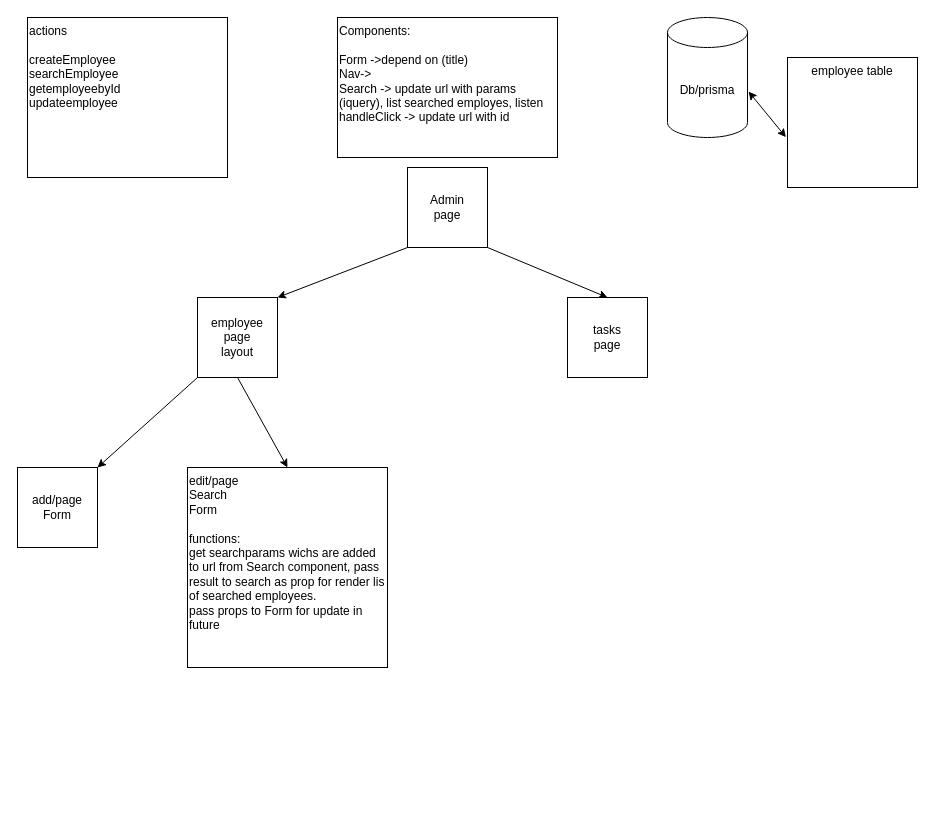
George-giorgi/tasksflow keeps this draw.io diagram as Untitled Diagram.drawio. Above is the earlier version. Source tidied: cells renumbered, new cells numbered last; positions are measured from the earlier drawing's top-left corner, leaving out a move shared by most shapes. Both pictures are drawn from the tidied source at 100%, with x=0, y=0 at pixel (17, 17).
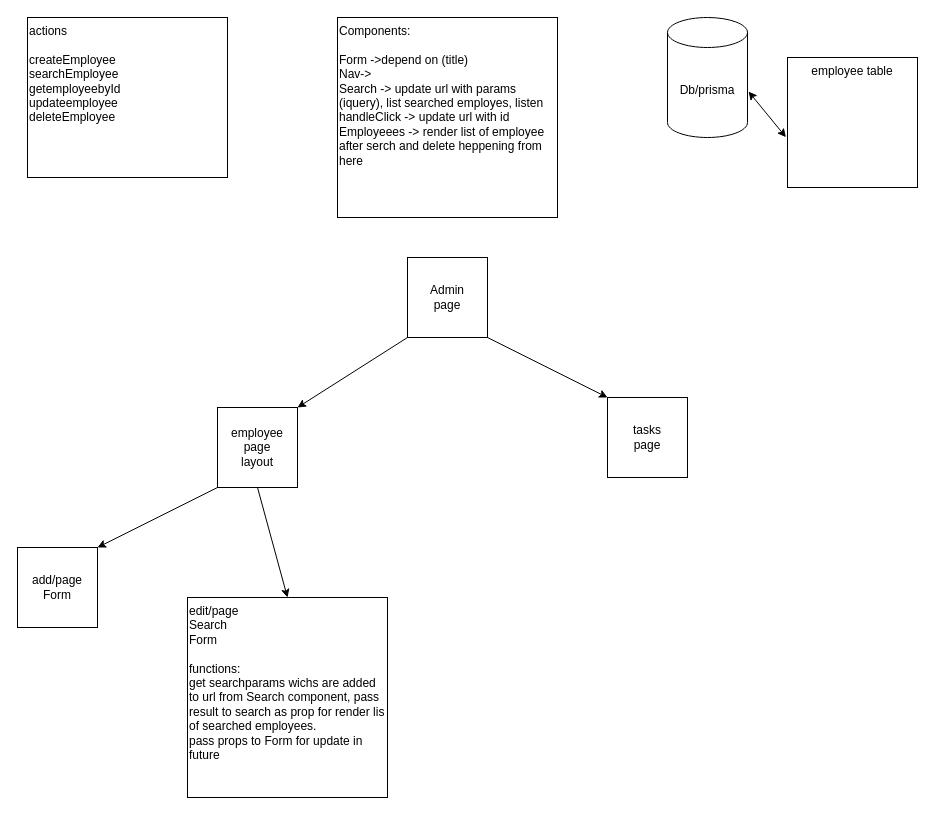
The same diagram, later.

What changed in the source:
```diff
@@
 <mxGraphModel>
   <root>
     <mxCell id="0" />
     <mxCell id="1" parent="0" />
     <mxCell id="2" value="Admin&lt;div&gt;page&lt;/div&gt;" style="whiteSpace=wrap;html=1;" parent="1" vertex="1">
-      <mxGeometry x="390" y="150" width="80" height="80" as="geometry" />
+      <mxGeometry x="390" y="240" width="80" height="80" as="geometry" />
     </mxCell>
-    <mxCell id="3" style="endArrow=classic;html=1;rounded=0;exitX=0;exitY=1;exitDx=0;exitDy=0;" parent="1" edge="1" source="2">
-      <mxGeometry relative="1" as="geometry">
-        <mxPoint x="260" y="280" as="targetPoint" />
-      </mxGeometry>
+    <mxCell id="3" style="endArrow=classic;html=1;rounded=0;exitX=0;exitY=1;exitDx=0;exitDy=0;entryX=1;entryY=0;entryDx=0;entryDy=0;" parent="1" edge="1" source="2" target="5">
+      <mxGeometry relative="1" as="geometry" />
     </mxCell>
-    <mxCell id="4" style="endArrow=classic;html=1;rounded=0;exitX=1;exitY=1;exitDx=0;exitDy=0;" parent="1" edge="1" source="2">
-      <mxGeometry relative="1" as="geometry">
-        <mxPoint x="590" y="280" as="targetPoint" />
-      </mxGeometry>
+    <mxCell id="4" style="endArrow=classic;html=1;rounded=0;exitX=1;exitY=1;exitDx=0;exitDy=0;entryX=0;entryY=0;entryDx=0;entryDy=0;" parent="1" edge="1" source="2" target="6">
+      <mxGeometry relative="1" as="geometry" />
     </mxCell>
     <mxCell id="5" value="employee&lt;div&gt;page&lt;/div&gt;&lt;div&gt;layout&lt;/div&gt;" style="whiteSpace=wrap;html=1;" parent="1" vertex="1">
-      <mxGeometry x="180" y="280" width="80" height="80" as="geometry" />
+      <mxGeometry x="200" y="390" width="80" height="80" as="geometry" />
     </mxCell>
     <mxCell id="6" value="tasks&lt;div&gt;page&lt;/div&gt;" style="whiteSpace=wrap;html=1;" parent="1" vertex="1">
-      <mxGeometry x="550" y="280" width="80" height="80" as="geometry" />
+      <mxGeometry x="590" y="380" width="80" height="80" as="geometry" />
     </mxCell>
-    <mxCell id="7" value="&lt;span style=&quot;background-color: light-dark(#ffffff, var(--ge-dark-color, #121212));&quot;&gt;Components:&lt;/span&gt;&lt;div&gt;&lt;br&gt;&lt;div&gt;Form -&amp;gt;depend on (title)&lt;/div&gt;&lt;/div&gt;&lt;div&gt;Nav-&amp;gt;&lt;/div&gt;&lt;div&gt;Search -&amp;gt; update url with params (iquery), list searched employes, listen handleClick -&amp;gt; update url with id&amp;nbsp;&lt;/div&gt;&lt;div&gt;&lt;br&gt;&lt;/div&gt;" style="rounded=0;whiteSpace=wrap;html=1;align=left;verticalAlign=top;" parent="1" vertex="1">
-      <mxGeometry x="320" width="220" height="140" as="geometry" />
+    <mxCell id="7" value="&lt;span style=&quot;background-color: light-dark(#ffffff, var(--ge-dark-color, #121212));&quot;&gt;Components:&lt;/span&gt;&lt;div&gt;&lt;br&gt;&lt;div&gt;Form -&amp;gt;depend on (title)&lt;/div&gt;&lt;/div&gt;&lt;div&gt;Nav-&amp;gt;&lt;/div&gt;&lt;div&gt;Search -&amp;gt; update url with params (iquery), list searched employes, listen handleClick -&amp;gt; update url with id&amp;nbsp;&lt;/div&gt;&lt;div&gt;Employeees -&amp;gt; render list of employee after serch and delete heppening from here&lt;/div&gt;&lt;div&gt;&lt;br&gt;&lt;/div&gt;" style="rounded=0;whiteSpace=wrap;html=1;align=left;verticalAlign=top;" parent="1" vertex="1">
+      <mxGeometry x="320" width="220" height="200" as="geometry" />
     </mxCell>
     <mxCell id="8" value="add/page&lt;div&gt;Form&lt;/div&gt;" style="whiteSpace=wrap;html=1;" parent="1" vertex="1">
-      <mxGeometry y="450" width="80" height="80" as="geometry" />
+      <mxGeometry y="530" width="80" height="80" as="geometry" />
     </mxCell>
     <mxCell id="9" value="edit/page&lt;div&gt;Search&lt;br&gt;&lt;div&gt;Form&lt;/div&gt;&lt;div&gt;&lt;br&gt;&lt;/div&gt;&lt;div&gt;functions:&lt;/div&gt;&lt;div&gt;get searchparams wichs are added to url from Search component, pass result to search as prop for render lis of searched employees.&lt;/div&gt;&lt;div&gt;pass props to Form for update in future&lt;/div&gt;&lt;/div&gt;" style="whiteSpace=wrap;html=1;verticalAlign=top;align=left;" parent="1" vertex="1">
-      <mxGeometry x="170" y="450" width="200" height="200" as="geometry" />
+      <mxGeometry x="170" y="580" width="200" height="200" as="geometry" />
     </mxCell>
     <mxCell id="10" style="endArrow=classic;html=1;rounded=0;exitX=0.5;exitY=1;exitDx=0;exitDy=0;entryX=0.5;entryY=0;entryDx=0;entryDy=0;" parent="1" edge="1" source="5" target="9">
       <mxGeometry relative="1" as="geometry" />
     </mxCell>
     <mxCell id="11" style="endArrow=classic;html=1;rounded=0;exitX=0;exitY=1;exitDx=0;exitDy=0;entryX=1;entryY=0;entryDx=0;entryDy=0;" parent="1" edge="1" source="5" target="8">
       <mxGeometry relative="1" as="geometry" />
     </mxCell>
     <mxCell id="12" value="Db/prisma" style="shape=cylinder3;whiteSpace=wrap;html=1;boundedLbl=1;backgroundOutline=1;size=15;" parent="1" vertex="1">
       <mxGeometry x="650" width="80" height="120" as="geometry" />
     </mxCell>
     <mxCell id="13" value="employee table&lt;div&gt;&lt;br&gt;&lt;/div&gt;&lt;div&gt;&lt;br&gt;&lt;/div&gt;" style="whiteSpace=wrap;html=1;verticalAlign=top;" parent="1" vertex="1">
       <mxGeometry x="770" y="40" width="130" height="130" as="geometry" />
     </mxCell>
     <mxCell id="14" style="endArrow=classic;startArrow=classic;html=1;rounded=0;entryX=1.013;entryY=0.617;entryDx=0;entryDy=0;entryPerimeter=0;exitX=-0.012;exitY=0.613;exitDx=0;exitDy=0;exitPerimeter=0;" parent="1" edge="1" source="13" target="12">
       <mxGeometry relative="1" as="geometry" />
     </mxCell>
-    <mxCell id="15" value="actions&lt;div&gt;&lt;br&gt;&lt;/div&gt;&lt;div&gt;createEmployee&lt;/div&gt;&lt;div&gt;searchEmployee&lt;/div&gt;&lt;div&gt;getemployeebyId&lt;/div&gt;&lt;div&gt;updateemployee&lt;/div&gt;" style="rounded=0;whiteSpace=wrap;html=1;verticalAlign=top;align=left;" parent="1" vertex="1">
+    <mxCell id="15" value="actions&lt;div&gt;&lt;br&gt;&lt;/div&gt;&lt;div&gt;createEmployee&lt;/div&gt;&lt;div&gt;searchEmployee&lt;/div&gt;&lt;div&gt;getemployeebyId&lt;/div&gt;&lt;div&gt;updateemployee&lt;/div&gt;&lt;div&gt;deleteEmployee&lt;/div&gt;" style="rounded=0;whiteSpace=wrap;html=1;verticalAlign=top;align=left;" parent="1" vertex="1">
       <mxGeometry x="10" width="200" height="160" as="geometry" />
     </mxCell>
   </root>
 </mxGraphModel>
```
